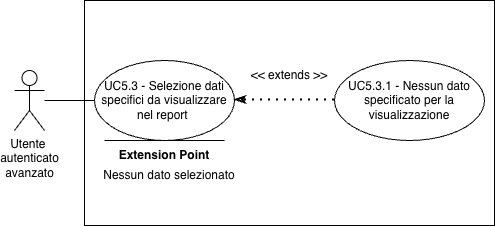
This is assets/diagrams/UC5_3.png from SkarabGroup/DocumentazioneProgetto, a draw.io export, as it was before one commit. Source tidied: cells renumbered, new cells last; positions are measured from the earlier drawing's top-left corner, leaving out a move shared by most shapes. Source of this version:
```xml
<mxGraphModel>
  <root>
    <mxCell id="0" />
    <mxCell id="1" parent="0" />
    <mxCell id="2" style="rounded=0;whiteSpace=wrap;html=1;" parent="1" vertex="1">
      <mxGeometry x="70" width="410" height="225" as="geometry" />
    </mxCell>
    <mxCell id="3" value="Utente&amp;nbsp;&lt;div&gt;autenticato&lt;/div&gt;&lt;div&gt;avanzato&lt;/div&gt;" style="shape=umlActor;verticalLabelPosition=bottom;verticalAlign=top;html=1;outlineConnect=0;" parent="1" vertex="1">
      <mxGeometry y="70" width="30" height="60" as="geometry" />
    </mxCell>
    <mxCell id="4" value="UC5.3 - Selezione dati specifici da visualizzare nel report&amp;nbsp;" style="ellipse;whiteSpace=wrap;html=1;" parent="1" vertex="1">
      <mxGeometry x="80" y="60" width="140" height="80" as="geometry" />
    </mxCell>
    <mxCell id="5" style="endArrow=none;html=1;rounded=0;entryX=0;entryY=0.5;entryDx=0;entryDy=0;" parent="1" edge="1" source="3" target="4">
      <mxGeometry relative="1" as="geometry" />
    </mxCell>
    <mxCell id="6" value="UC5.3.1 - Nessun dato specificato per la visualizzazione" style="ellipse;whiteSpace=wrap;html=1;" parent="1" vertex="1">
      <mxGeometry x="320" y="60" width="150" height="80" as="geometry" />
    </mxCell>
    <mxCell id="7" style="endArrow=classicThin;dashed=1;html=1;dashPattern=1 3;strokeWidth=2;rounded=0;entryX=1;entryY=0.5;entryDx=0;entryDy=0;exitX=0;exitY=0.5;exitDx=0;exitDy=0;endFill=0;startArrow=none;startFill=0;" parent="1" edge="1">
      <mxGeometry relative="1" as="geometry">
        <mxPoint x="320" y="99.5" as="sourcePoint" />
        <mxPoint x="220" y="99.5" as="targetPoint" />
      </mxGeometry>
    </mxCell>
    <mxCell id="8" value="&amp;lt;&amp;lt; extends &amp;gt;&amp;gt;" style="text;html=1;whiteSpace=wrap;strokeColor=none;fillColor=none;align=center;verticalAlign=middle;rounded=0;" parent="1" vertex="1">
      <mxGeometry x="230" y="60" width="90" height="30" as="geometry" />
    </mxCell>
    <mxCell id="9" value="&lt;b&gt;Extension Point&lt;/b&gt;" style="text;html=1;whiteSpace=wrap;strokeColor=none;fillColor=none;align=center;verticalAlign=middle;rounded=0;" parent="1" vertex="1">
      <mxGeometry x="90" y="140" width="120" height="30" as="geometry" />
    </mxCell>
    <mxCell id="10" style="endArrow=none;html=1;rounded=0;" parent="1" edge="1">
      <mxGeometry relative="1" as="geometry">
        <mxPoint x="90" y="140" as="sourcePoint" />
        <mxPoint x="210" y="140" as="targetPoint" />
      </mxGeometry>
    </mxCell>
    <mxCell id="11" value="Nessun dato selezionato" style="text;html=1;whiteSpace=wrap;strokeColor=none;fillColor=none;align=center;verticalAlign=middle;rounded=0;" parent="1" vertex="1">
      <mxGeometry x="80" y="160" width="150" height="30" as="geometry" />
    </mxCell>
  </root>
</mxGraphModel>
```
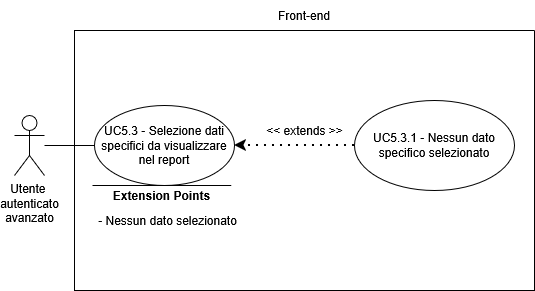
The same file after the commit.

Change to the diagram source:
```diff
@@ -2,41 +2,41 @@
   <root>
     <mxCell id="0" />
     <mxCell id="1" parent="0" />
-    <mxCell id="2" style="rounded=0;whiteSpace=wrap;html=1;" parent="1" vertex="1">
-      <mxGeometry x="70" width="410" height="225" as="geometry" />
-    </mxCell>
-    <mxCell id="3" value="Utente&amp;nbsp;&lt;div&gt;autenticato&lt;/div&gt;&lt;div&gt;avanzato&lt;/div&gt;" style="shape=umlActor;verticalLabelPosition=bottom;verticalAlign=top;html=1;outlineConnect=0;" parent="1" vertex="1">
+    <mxCell id="3" value="&lt;div&gt;Utente&amp;nbsp;&lt;/div&gt;&lt;div&gt;autenticato&lt;/div&gt;&lt;div&gt;avanzato&lt;/div&gt;" style="shape=umlActor;verticalLabelPosition=bottom;verticalAlign=top;html=1;outlineConnect=0;" parent="1" vertex="1">
       <mxGeometry y="70" width="30" height="60" as="geometry" />
     </mxCell>
+    <mxCell id="12" style="swimlane;startSize=0;" parent="1" vertex="1">
+      <mxGeometry x="60" y="-15" width="460" height="260" as="geometry" />
+    </mxCell>
-    <mxCell id="4" value="UC5.3 - Selezione dati specifici da visualizzare nel report&amp;nbsp;" style="ellipse;whiteSpace=wrap;html=1;" parent="1" vertex="1">
-      <mxGeometry x="80" y="60" width="140" height="80" as="geometry" />
+    <mxCell id="4" value="UC5.3 - Selezione dati specifici da visualizzare nel report" style="ellipse;whiteSpace=wrap;html=1;" parent="12" vertex="1">
+      <mxGeometry x="20" y="75" width="140" height="80" as="geometry" />
     </mxCell>
+    <mxCell id="13" value="UC5.3.1 - Nessun dato specifico selezionato" style="ellipse;whiteSpace=wrap;html=1;" parent="12" vertex="1">
+      <mxGeometry x="280" y="70" width="160" height="90" as="geometry" />
+    </mxCell>
+    <mxCell id="14" style="endArrow=classic;dashed=1;html=1;dashPattern=1 3;strokeWidth=2;rounded=0;entryX=1;entryY=0.5;entryDx=0;entryDy=0;exitX=0;exitY=0.5;exitDx=0;exitDy=0;strokeColor=default;curved=0;endFill=1;endSize=6;" parent="12" edge="1" source="13" target="4">
+      <mxGeometry relative="1" as="geometry" />
+    </mxCell>
+    <mxCell id="8" value="&lt;div&gt;&amp;lt;&amp;lt; extends &amp;gt;&amp;gt;&lt;/div&gt;" style="text;html=1;whiteSpace=wrap;strokeColor=none;fillColor=none;align=center;verticalAlign=middle;rounded=0;" parent="12" vertex="1">
+      <mxGeometry x="182.5" y="85" width="95" height="30" as="geometry" />
+    </mxCell>
+    <mxCell id="15" style="endArrow=none;html=1;rounded=0;" parent="12" edge="1">
+      <mxGeometry relative="1" as="geometry">
+        <mxPoint x="156.8" y="155" as="sourcePoint" />
+        <mxPoint x="18" y="155" as="targetPoint" />
+      </mxGeometry>
+    </mxCell>
+    <mxCell id="16" value="&lt;b&gt;Extension Points&lt;/b&gt;" style="text;html=1;whiteSpace=wrap;strokeColor=none;fillColor=none;align=center;verticalAlign=middle;rounded=0;strokeWidth=5;" parent="12" vertex="1">
+      <mxGeometry x="29.9" y="150" width="115" height="30" as="geometry" />
+    </mxCell>
+    <mxCell id="17" value="&lt;div align=&quot;center&quot;&gt;- Nessun dato selezionato&lt;/div&gt;" style="text;html=1;whiteSpace=wrap;strokeColor=none;fillColor=none;align=center;verticalAlign=middle;rounded=0;" parent="12" vertex="1">
+      <mxGeometry x="20" y="150" width="147" height="80" as="geometry" />
+    </mxCell>
     <mxCell id="5" style="endArrow=none;html=1;rounded=0;entryX=0;entryY=0.5;entryDx=0;entryDy=0;" parent="1" edge="1" source="3" target="4">
       <mxGeometry relative="1" as="geometry" />
     </mxCell>
-    <mxCell id="6" value="UC5.3.1 - Nessun dato specificato per la visualizzazione" style="ellipse;whiteSpace=wrap;html=1;" parent="1" vertex="1">
-      <mxGeometry x="320" y="60" width="150" height="80" as="geometry" />
-    </mxCell>
-    <mxCell id="7" style="endArrow=classicThin;dashed=1;html=1;dashPattern=1 3;strokeWidth=2;rounded=0;entryX=1;entryY=0.5;entryDx=0;entryDy=0;exitX=0;exitY=0.5;exitDx=0;exitDy=0;endFill=0;startArrow=none;startFill=0;" parent="1" edge="1">
-      <mxGeometry relative="1" as="geometry">
-        <mxPoint x="320" y="99.5" as="sourcePoint" />
-        <mxPoint x="220" y="99.5" as="targetPoint" />
-      </mxGeometry>
-    </mxCell>
-    <mxCell id="8" value="&amp;lt;&amp;lt; extends &amp;gt;&amp;gt;" style="text;html=1;whiteSpace=wrap;strokeColor=none;fillColor=none;align=center;verticalAlign=middle;rounded=0;" parent="1" vertex="1">
-      <mxGeometry x="230" y="60" width="90" height="30" as="geometry" />
-    </mxCell>
-    <mxCell id="9" value="&lt;b&gt;Extension Point&lt;/b&gt;" style="text;html=1;whiteSpace=wrap;strokeColor=none;fillColor=none;align=center;verticalAlign=middle;rounded=0;" parent="1" vertex="1">
-      <mxGeometry x="90" y="140" width="120" height="30" as="geometry" />
-    </mxCell>
-    <mxCell id="10" style="endArrow=none;html=1;rounded=0;" parent="1" edge="1">
-      <mxGeometry relative="1" as="geometry">
-        <mxPoint x="90" y="140" as="sourcePoint" />
-        <mxPoint x="210" y="140" as="targetPoint" />
-      </mxGeometry>
-    </mxCell>
-    <mxCell id="11" value="Nessun dato selezionato" style="text;html=1;whiteSpace=wrap;strokeColor=none;fillColor=none;align=center;verticalAlign=middle;rounded=0;" parent="1" vertex="1">
-      <mxGeometry x="80" y="160" width="150" height="30" as="geometry" />
-    </mxCell>
+    <mxCell id="18" value="Front-end" style="text;html=1;whiteSpace=wrap;strokeColor=none;fillColor=none;align=center;verticalAlign=middle;rounded=0;" parent="1" vertex="1">
+      <mxGeometry x="260" y="-45" width="60" height="30" as="geometry" />
+    </mxCell>
   </root>
 </mxGraphModel>
```
